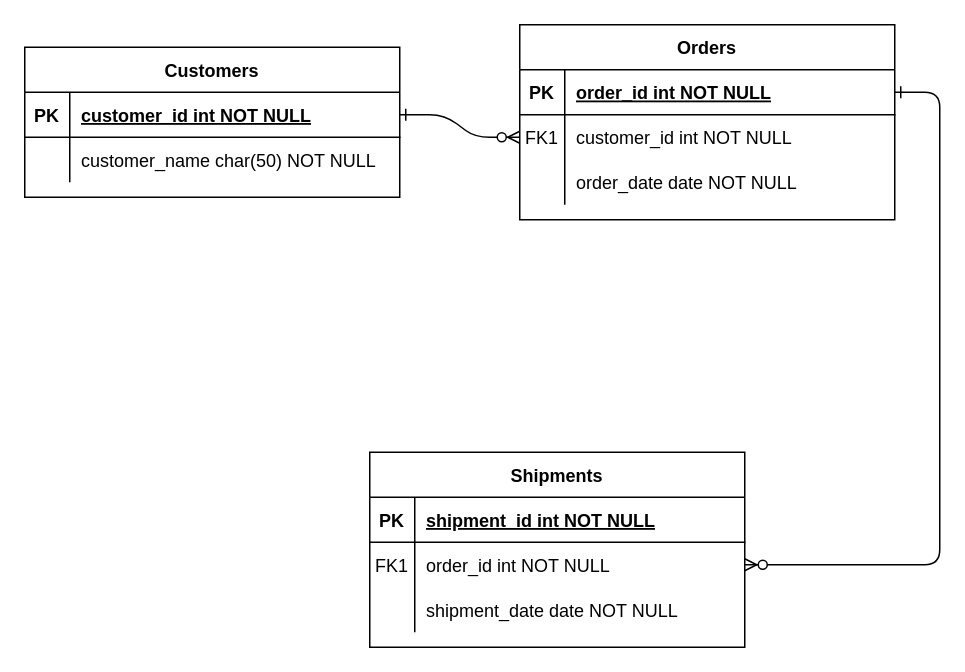
ddv245/applied-data-science-cap-stone keeps this draw.io diagram as Untitled Diagram.drawio. Above is the earlier version. Source tidied: cells renumbered, new cells numbered last; positions are measured from the earlier drawing's top-left corner, leaving out a move shared by most shapes. Both pictures are drawn from the tidied source at 150%, with x=0, y=0 at pixel (24, 24).
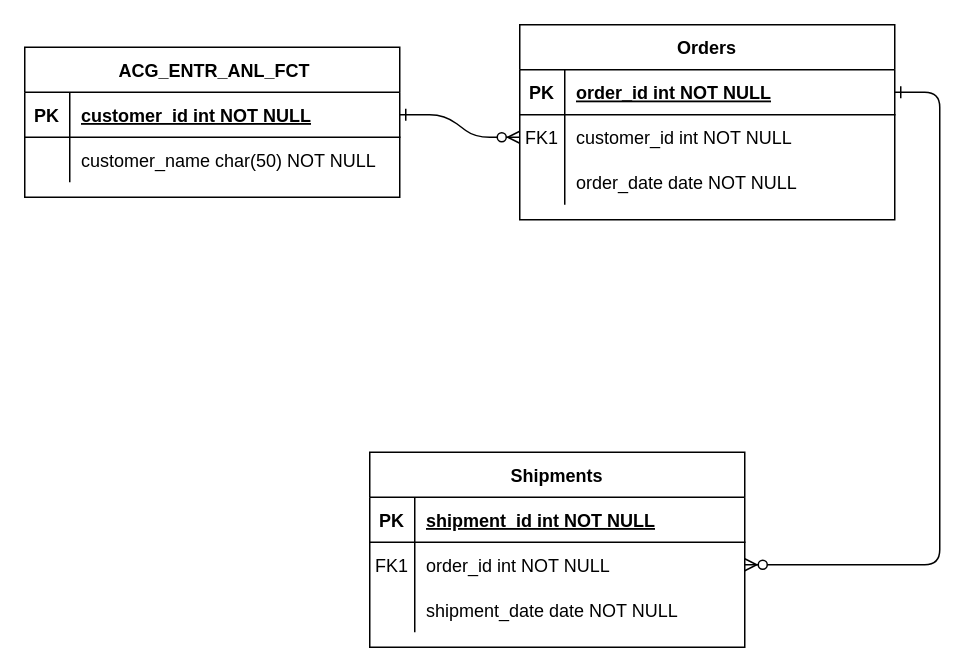
After the change.

The edit, as a diff of the source:
```diff
@@
-    <mxCell id="24" value="Customers" style="shape=table;startSize=30;childLayout=tableLayout;rowLines=0;fontStyle=1;align=center;" parent="1" vertex="1">
+    <mxCell id="24" value=" ACG_ENTR_ANL_FCT" style="shape=table;startSize=30;childLayout=tableLayout;rowLines=0;fontStyle=1;align=center;" parent="1" vertex="1">
       <mxGeometry y="15" width="250" height="100" as="geometry" />
     </mxCell>
```
